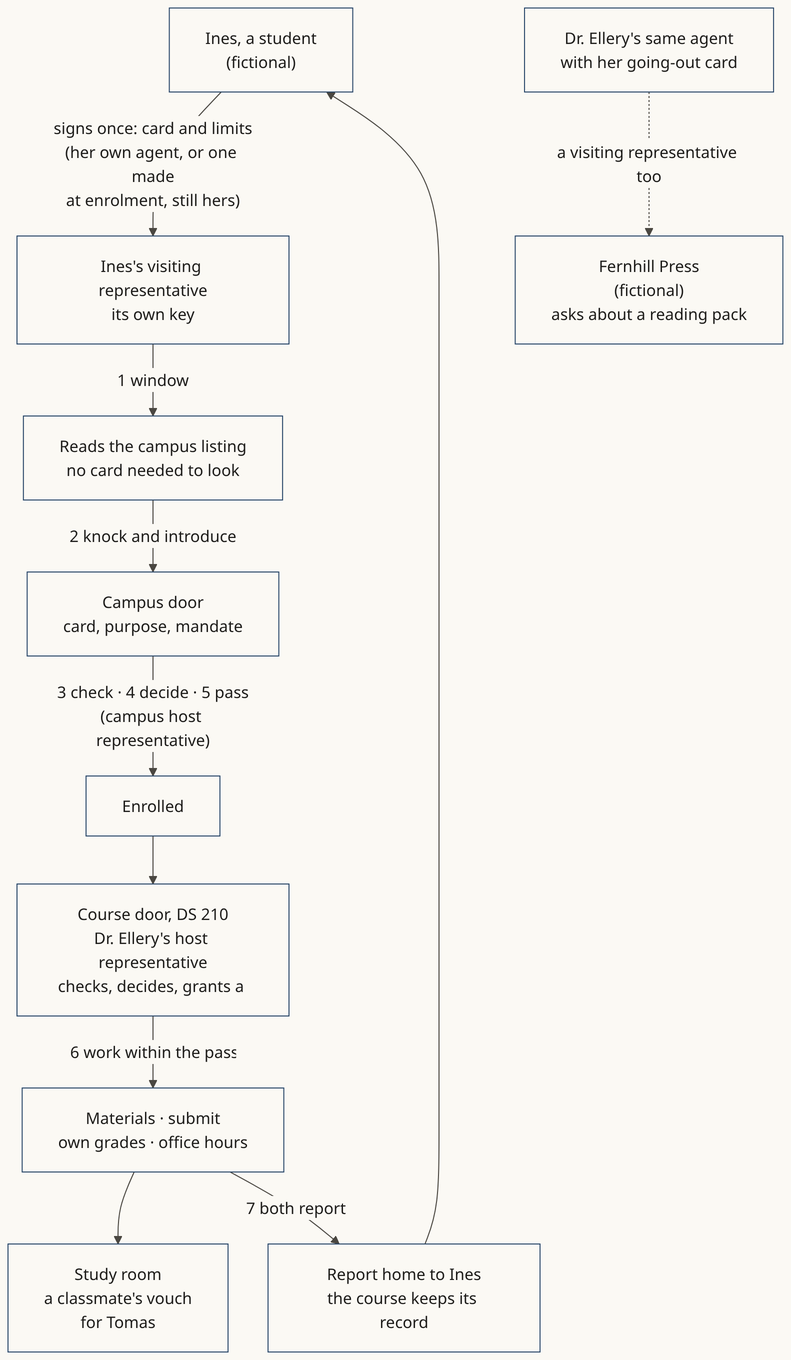
Before: docs/diagrams/png/example-university-visiting-tall.png, a diagram exported from Mermaid (Kigenka/shokai). Its source is kept beside it as docs/diagrams/src/example-university-visiting-tall.mmd. The source it was exported from:
```mermaid
flowchart TD
  I["Ines, a student<br/>(fictional)"] -- "signs once: card and limits<br/>(her own agent, or one made<br/>at enrolment, still hers)" --> V["Ines's visiting representative<br/>its own key"]
  V -- "1 window" --> W["Reads the campus listing<br/>no card needed to look"]
  W -- "2 knock and introduce" --> K["Campus door<br/>card, purpose, mandate"]
  K -- "3 check · 4 decide · 5 seat<br/>(campus host representative)" --> CS["Enrolled"]
  CS --> CO["Course door, DS 210<br/>Dr. Ellery's host representative<br/>checks, decides, seats"]
  CO -- "6 work within the seat" --> T["Materials · submit<br/>own grades · office hours"]
  T --> RM["Study room<br/>a classmate's vouch<br/>for Tomas"]
  T -- "7 both report" --> R["Report home to Ines<br/>the course keeps its record"]
  R --> I
  E["Dr. Ellery's same agent<br/>with her going-out card"] -. "a visiting representative too" .-> F["Fernhill Press<br/>(fictional)<br/>asks about a reading pack"]
```
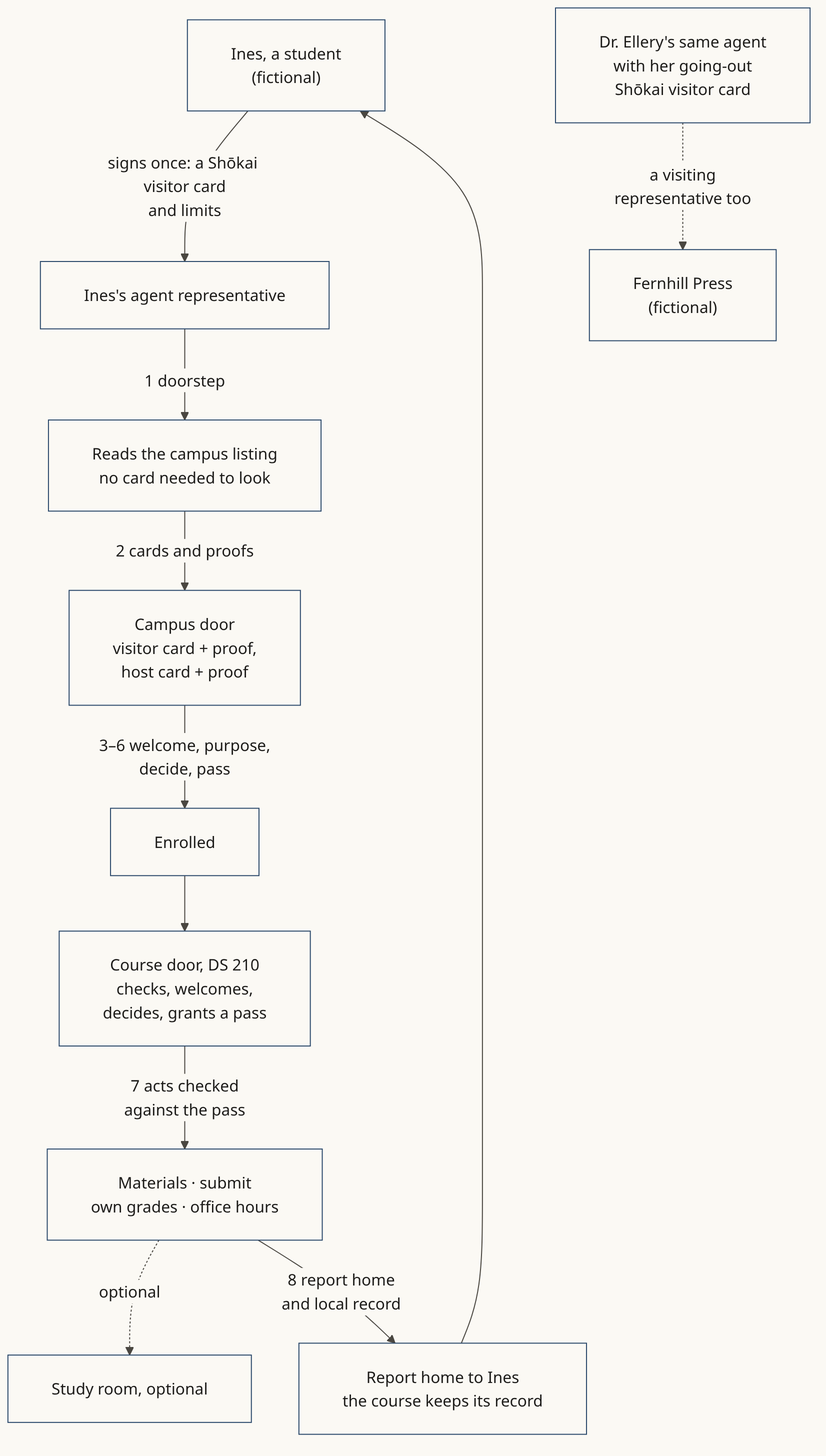
Above is the later version.

What changed in the source:
```diff
@@ -1,11 +1,11 @@
 flowchart TD
-  I["Ines, a student<br/>(fictional)"] -- "signs once: card and limits<br/>(her own agent, or one made<br/>at enrolment, still hers)" --> V["Ines's visiting representative<br/>its own key"]
-  V -- "1 window" --> W["Reads the campus listing<br/>no card needed to look"]
-  W -- "2 knock and introduce" --> K["Campus door<br/>card, purpose, mandate"]
-  K -- "3 check · 4 decide · 5 seat<br/>(campus host representative)" --> CS["Enrolled"]
-  CS --> CO["Course door, DS 210<br/>Dr. Ellery's host representative<br/>checks, decides, seats"]
-  CO -- "6 work within the seat" --> T["Materials · submit<br/>own grades · office hours"]
-  T --> RM["Study room<br/>a classmate's vouch<br/>for Tomas"]
-  T -- "7 both report" --> R["Report home to Ines<br/>the course keeps its record"]
+  I["Ines, a student<br/>(fictional)"] -- "signs once: a Shōkai visitor card<br/>and limits" --> V["Ines's agent representative"]
+  V -- "1 doorstep" --> W["Reads the campus listing<br/>no card needed to look"]
+  W -- "2 cards and proofs" --> K["Campus door<br/>visitor card + proof,<br/>host card + proof"]
+  K -- "3–6 welcome, purpose,<br/>decide, pass" --> CS["Enrolled"]
+  CS --> CO["Course door, DS 210<br/>checks, welcomes,<br/>decides, grants a pass"]
+  CO -- "7 acts checked<br/>against the pass" --> T["Materials · submit<br/>own grades · office hours"]
+  T -. "optional" .-> RM["Study room, optional"]
+  T -- "8 report home<br/>and local record" --> R["Report home to Ines<br/>the course keeps its record"]
   R --> I
-  E["Dr. Ellery's same agent<br/>with her going-out card"] -. "a visiting representative too" .-> F["Fernhill Press<br/>(fictional)<br/>asks about a reading pack"]
+  E["Dr. Ellery's same agent<br/>with her going-out<br/>Shōkai visitor card"] -. "a visiting<br/>representative too" .-> F["Fernhill Press<br/>(fictional)"]
```
